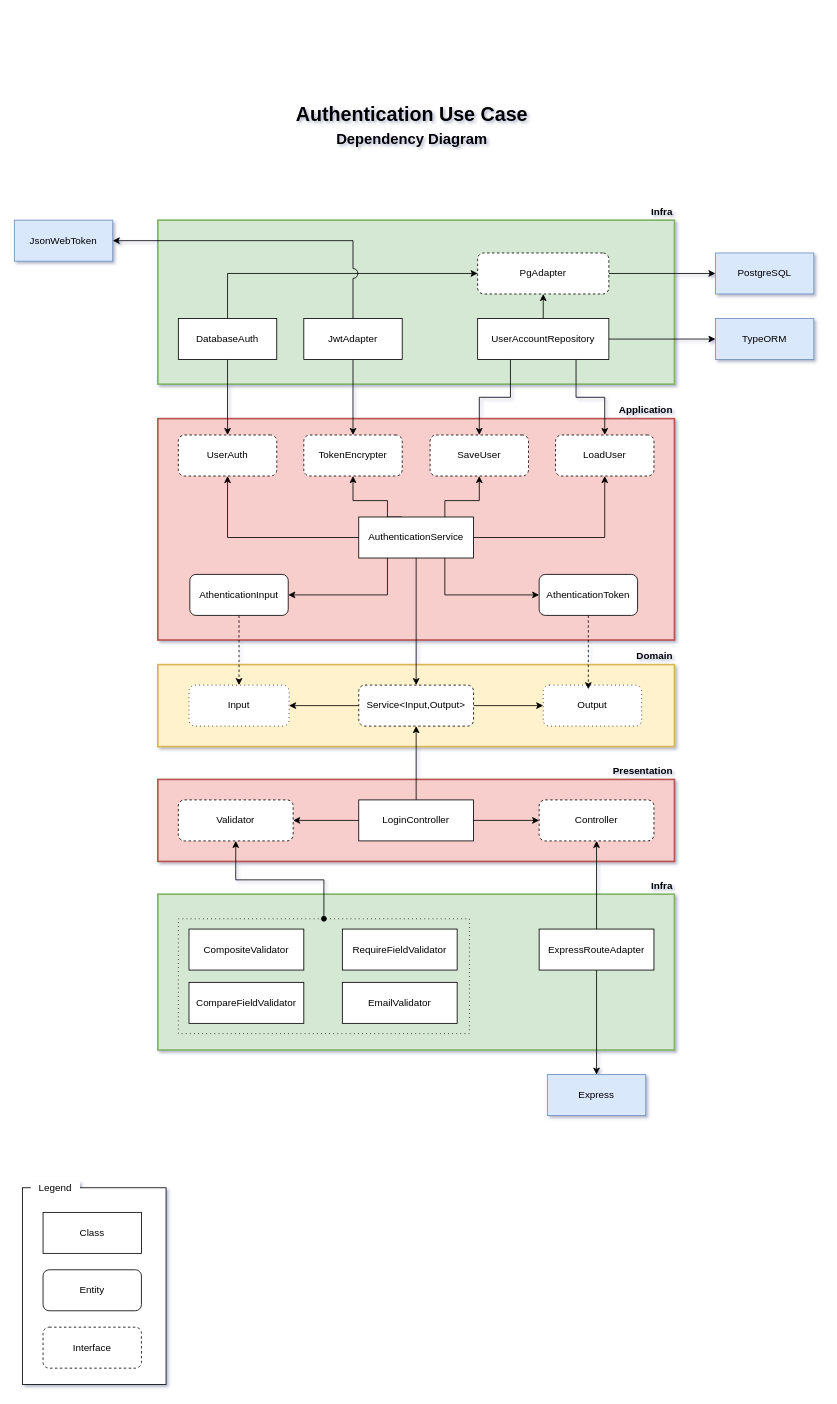
This is page "authentication-clean" (1 of 2) of docs/diagrams/authentication/authentication.drawio from uespi-phb/20251-tec1, a draw.io file, before an edit. Source tidied: cells renumbered, new cells numbered last; positions are measured from the earlier drawing's top-left corner, leaving out a move shared by most shapes. Both pictures are drawn from the tidied source at 82%, with x=0, y=0 at pixel (14, 98).
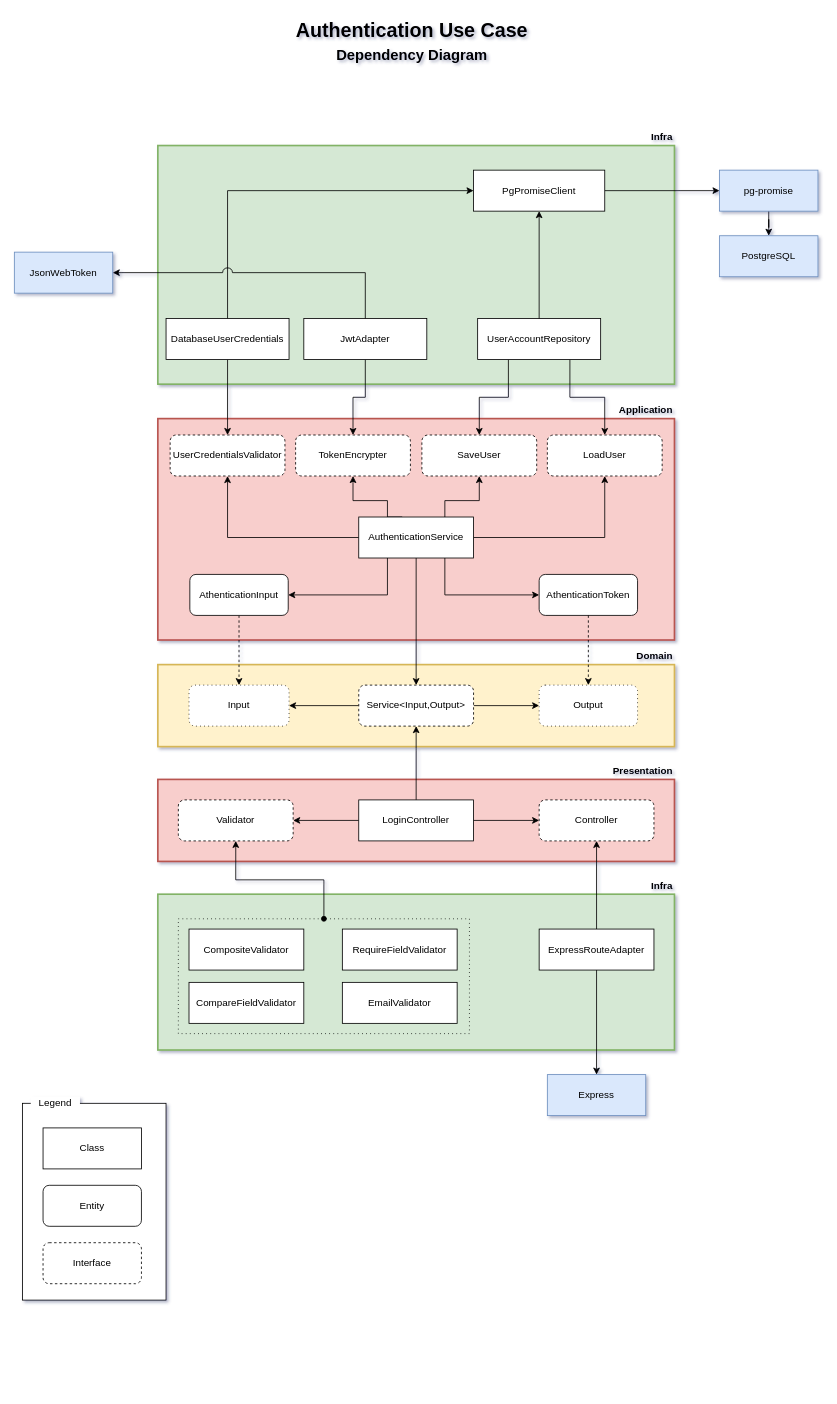
Above is the later version.

The change refers to these unchanged cells:
```xml
<mxCell id="71" value="AthenticationToken" style="rounded=1;whiteSpace=wrap;html=1;flipH=1;" parent="1" vertex="1">
  <mxGeometry x="640" y="580" width="120" height="50" as="geometry" />
</mxCell>
```

The edit, as a diff of the source:
```diff
@@
     <mxCell id="4" style="rounded=0;whiteSpace=wrap;html=1;strokeWidth=2;fillColor=#d5e8d4;strokeColor=#82b366;" parent="1" vertex="1">
-      <mxGeometry x="175" y="148" width="630" height="200" as="geometry" />
+      <mxGeometry x="175" y="57" width="630" height="291" as="geometry" />
     </mxCell>
@@
     <mxCell id="9" value="Output" style="rounded=1;whiteSpace=wrap;html=1;glass=0;shadow=0;dashed=1;dashPattern=1 4;" parent="1" vertex="1">
-      <mxGeometry x="645" y="715" width="120" height="50" as="geometry" />
+      <mxGeometry x="640" y="715" width="120" height="50" as="geometry" />
     </mxCell>
@@
-    <mxCell id="27" value="UserAuth" style="rounded=1;whiteSpace=wrap;html=1;dashed=1;flipH=1;" parent="1" vertex="1">
-      <mxGeometry x="200" y="410" width="120" height="50" as="geometry" />
+    <mxCell id="27" value="UserCredentialsValidator" style="rounded=1;whiteSpace=wrap;html=1;dashed=1;flipH=1;" parent="1" vertex="1">
+      <mxGeometry x="190" y="410" width="140" height="50" as="geometry" />
     </mxCell>
     <mxCell id="28" value="TokenEncrypter" style="rounded=1;whiteSpace=wrap;html=1;dashed=1;flipH=1;" parent="1" vertex="1">
-      <mxGeometry x="353" y="410" width="120" height="50" as="geometry" />
+      <mxGeometry x="343" y="410" width="140" height="50" as="geometry" />
     </mxCell>
     <mxCell id="29" value="SaveUser" style="rounded=1;whiteSpace=wrap;html=1;dashed=1;flipH=1;" parent="1" vertex="1">
-      <mxGeometry x="507" y="410" width="120" height="50" as="geometry" />
+      <mxGeometry x="497" y="410" width="140" height="50" as="geometry" />
     </mxCell>
     <mxCell id="30" value="LoadUser" style="rounded=1;whiteSpace=wrap;html=1;dashed=1;flipH=1;" parent="1" vertex="1">
-      <mxGeometry x="660" y="410" width="120" height="50" as="geometry" />
+      <mxGeometry x="650" y="410" width="140" height="50" as="geometry" />
     </mxCell>
@@
-    <mxCell id="34" style="edgeStyle=orthogonalEdgeStyle;rounded=0;jettySize=auto;html=1;exitX=0.5;exitY=0;exitDx=0;exitDy=0;exitPerimeter=0;entryX=0.5;entryY=1;entryDx=0;entryDy=0;" parent="1" edge="1" source="48" target="68">
-      <mxGeometry relative="1" as="geometry" />
-    </mxCell>
+    <mxCell id="73" style="edgeStyle=orthogonalEdgeStyle;rounded=0;jettySize=auto;html=1;entryX=0.5;entryY=0;entryDx=0;entryDy=0;" parent="1" edge="1" source="35" target="37">
+      <mxGeometry relative="1" as="geometry" />
+    </mxCell>
-    <mxCell id="35" value="TypeORM" style="rounded=0;whiteSpace=wrap;html=1;glass=0;shadow=0;fillColor=#dae8fc;strokeColor=#6c8ebf;" parent="1" vertex="1">
-      <mxGeometry x="855" y="268" width="120" height="50" as="geometry" />
+    <mxCell id="35" value="pg-promise" style="rounded=0;whiteSpace=wrap;html=1;glass=0;shadow=0;fillColor=#dae8fc;strokeColor=#6c8ebf;" parent="1" vertex="1">
+      <mxGeometry x="860" y="87" width="120" height="50" as="geometry" />
     </mxCell>
     <mxCell id="36" value="JsonWebToken" style="rounded=0;whiteSpace=wrap;html=1;glass=0;shadow=0;fillColor=#dae8fc;strokeColor=#6c8ebf;" parent="1" vertex="1">
-      <mxGeometry y="148" width="120" height="50" as="geometry" />
+      <mxGeometry y="187" width="120" height="50" as="geometry" />
     </mxCell>
     <mxCell id="37" value="PostgreSQL" style="rounded=0;whiteSpace=wrap;html=1;glass=0;shadow=0;fillColor=#dae8fc;strokeColor=#6c8ebf;" parent="1" vertex="1">
-      <mxGeometry x="855" y="188" width="120" height="50" as="geometry" />
+      <mxGeometry x="860" y="167" width="120" height="50" as="geometry" />
     </mxCell>
@@
     <mxCell id="42" value="Authentication Use Case" style="text;html=1;strokeColor=none;fillColor=none;align=center;verticalAlign=middle;whiteSpace=wrap;rounded=0;fontSize=24;fontStyle=1;" parent="1" vertex="1">
-      <mxGeometry x="260" width="450" height="40" as="geometry" />
+      <mxGeometry x="260" y="-103" width="450" height="40" as="geometry" />
     </mxCell>
     <mxCell id="43" value="Dependency Diagram" style="text;html=1;strokeColor=none;fillColor=none;align=center;verticalAlign=middle;whiteSpace=wrap;rounded=0;fontSize=18;fontStyle=1;" parent="1" vertex="1">
-      <mxGeometry x="265" y="30" width="440" height="40" as="geometry" />
+      <mxGeometry x="265" y="-73" width="440" height="40" as="geometry" />
     </mxCell>
+    <mxCell id="45" style="edgeStyle=orthogonalEdgeStyle;rounded=0;jettySize=auto;html=1;" parent="1" edge="1" source="46" target="27">
+      <mxGeometry relative="1" as="geometry" />
+    </mxCell>
-    <mxCell id="44" style="edgeStyle=orthogonalEdgeStyle;rounded=0;jettySize=auto;html=1;entryX=0;entryY=0.5;entryDx=0;entryDy=0;" parent="1" edge="1" source="46" target="68">
-      <mxGeometry relative="1" as="geometry">
-        <Array as="points">
-          <mxPoint x="260" y="213" />
-        </Array>
-      </mxGeometry>
+    <mxCell id="44" style="edgeStyle=orthogonalEdgeStyle;rounded=0;jettySize=auto;html=1;exitX=0.5;exitY=0;exitDx=0;exitDy=0;exitPerimeter=0;entryX=0;entryY=0.5;entryDx=0;entryDy=0;" parent="1" edge="1" source="46" target="68">
+      <mxGeometry relative="1" as="geometry" />
     </mxCell>
-    <mxCell id="45" style="edgeStyle=orthogonalEdgeStyle;rounded=0;jettySize=auto;html=1;" parent="1" edge="1" source="46" target="27">
-      <mxGeometry relative="1" as="geometry" />
-    </mxCell>
-    <mxCell id="46" value="DatabaseAuth" style="rounded=0;whiteSpace=wrap;html=1;glass=0;shadow=0;points=[[0,0,0,0,0],[0,0.25,0,0,0],[0,0.5,0,0,0],[0,0.75,0,0,0],[0,1,0,0,0],[0.13,0,0,0,0],[0.25,0,0,0,0],[0.25,1,0,0,0],[0.38,0,0,0,0],[0.5,0,0,0,0],[0.5,1,0,0,0],[0.62,0,0,0,0],[0.75,0,0,0,0],[0.75,1,0,0,0],[0.88,0,0,0,0],[1,0,0,0,0],[1,0.25,0,0,0],[1,0.5,0,0,0],[1,0.75,0,0,0],[1,1,0,0,0]];" parent="1" vertex="1">
-      <mxGeometry x="200" y="268" width="120" height="50" as="geometry" />
+    <mxCell id="46" value="DatabaseUserCredentials" style="rounded=0;whiteSpace=wrap;html=1;glass=0;shadow=0;points=[[0,0,0,0,0],[0,0.25,0,0,0],[0,0.5,0,0,0],[0,0.75,0,0,0],[0,1,0,0,0],[0.13,0,0,0,0],[0.25,0,0,0,0],[0.25,1,0,0,0],[0.38,0,0,0,0],[0.5,0,0,0,0],[0.5,1,0,0,0],[0.62,0,0,0,0],[0.75,0,0,0,0],[0.75,1,0,0,0],[0.88,0,0,0,0],[1,0,0,0,0],[1,0.25,0,0,0],[1,0.5,0,0,0],[1,0.75,0,0,0],[1,1,0,0,0]];" parent="1" vertex="1">
+      <mxGeometry x="185" y="268" width="150" height="50" as="geometry" />
     </mxCell>
     <mxCell id="47" value="JwtAdapter" style="rounded=0;whiteSpace=wrap;html=1;glass=0;shadow=0;points=[[0,0,0,0,0],[0,0.25,0,0,0],[0,0.5,0,0,0],[0,0.75,0,0,0],[0,1,0,0,0],[0.13,0,0,0,0],[0.25,0,0,0,0],[0.25,1,0,0,0],[0.38,0,0,0,0],[0.5,0,0,0,0],[0.5,1,0,0,0],[0.62,0,0,0,0],[0.75,0,0,0,0],[0.75,1,0,0,0],[0.88,0,0,0,0],[1,0,0,0,0],[1,0.25,0,0,0],[1,0.5,0,0,0],[1,0.75,0,0,0],[1,1,0,0,0]];" parent="1" vertex="1">
-      <mxGeometry x="353" y="268" width="120" height="50" as="geometry" />
+      <mxGeometry x="353" y="268" width="150" height="50" as="geometry" />
     </mxCell>
     <mxCell id="48" value="UserAccountRepository" style="rounded=0;whiteSpace=wrap;html=1;glass=0;shadow=0;points=[[0,0,0,0,0],[0,0.25,0,0,0],[0,0.5,0,0,0],[0,0.75,0,0,0],[0,1,0,0,0],[0.13,0,0,0,0],[0.25,0,0,0,0],[0.25,1,0,0,0],[0.38,0,0,0,0],[0.5,0,0,0,0],[0.5,1,0,0,0],[0.62,0,0,0,0],[0.75,0,0,0,0],[0.75,1,0,0,0],[0.88,0,0,0,0],[1,0,0,0,0],[1,0.25,0,0,0],[1,0.5,0,0,0],[1,0.75,0,0,0],[1,1,0,0,0]];" parent="1" vertex="1">
-      <mxGeometry x="565" y="268" width="160" height="50" as="geometry" />
+      <mxGeometry x="565" y="268" width="150" height="50" as="geometry" />
     </mxCell>
     <mxCell id="49" value="Infra" style="text;html=1;strokeColor=none;fillColor=none;align=right;verticalAlign=middle;whiteSpace=wrap;rounded=0;fontSize=12;fontStyle=1;" parent="1" vertex="1">
-      <mxGeometry x="685" y="128" width="120" height="20" as="geometry" />
+      <mxGeometry x="685" y="37" width="120" height="20" as="geometry" />
     </mxCell>
-    <mxCell id="50" style="edgeStyle=orthogonalEdgeStyle;rounded=0;jettySize=auto;html=1;entryX=0;entryY=0.5;entryDx=0;entryDy=0;exitX=1;exitY=0.5;exitDx=0;exitDy=0;exitPerimeter=0;" parent="1" edge="1" source="48" target="35">
-      <mxGeometry relative="1" as="geometry" />
-    </mxCell>
-    <mxCell id="51" style="edgeStyle=orthogonalEdgeStyle;rounded=0;jettySize=auto;html=1;entryX=1;entryY=0.5;entryDx=0;entryDy=0;strokeColor=#000000;jumpStyle=arc;jumpSize=12;" parent="1" edge="1" source="47" target="36">
+    <mxCell id="51" style="edgeStyle=orthogonalEdgeStyle;rounded=0;jettySize=auto;html=1;entryX=1;entryY=0.5;entryDx=0;entryDy=0;strokeColor=#000000;jumpStyle=arc;jumpSize=12;exitX=0.5;exitY=0;exitDx=0;exitDy=0;exitPerimeter=0;" parent="1" edge="1" source="47" target="36">
       <mxGeometry relative="1" as="geometry">
         <Array as="points">
-          <mxPoint x="413" y="173" />
+          <mxPoint x="428" y="212" />
         </Array>
       </mxGeometry>
     </mxCell>
@@
     <mxCell id="61" style="group;" parent="1" vertex="1">
-      <mxGeometry x="10" y="1320" width="175" height="248" as="geometry" />
+      <mxGeometry x="10" y="1217" width="175" height="248" as="geometry" />
     </mxCell>
@@
-    <mxCell id="67" style="edgeStyle=orthogonalEdgeStyle;rounded=0;jettySize=auto;html=1;" parent="1" edge="1" source="68" target="37">
-      <mxGeometry relative="1" as="geometry" />
-    </mxCell>
+    <mxCell id="74" style="edgeStyle=orthogonalEdgeStyle;rounded=0;jettySize=auto;html=1;entryX=0;entryY=0.5;entryDx=0;entryDy=0;" parent="1" edge="1" source="68" target="35">
+      <mxGeometry relative="1" as="geometry" />
+    </mxCell>
-    <mxCell id="68" value="PgAdapter" style="rounded=1;whiteSpace=wrap;html=1;dashed=1;flipH=1;" parent="1" vertex="1">
-      <mxGeometry x="565" y="188" width="160" height="50" as="geometry" />
+    <mxCell id="68" value="PgPromiseClient" style="rounded=0;whiteSpace=wrap;html=1;flipH=1;" parent="1" vertex="1">
+      <mxGeometry x="560" y="87" width="160" height="50" as="geometry" />
     </mxCell>
@@
-    <mxCell id="72" style="edgeStyle=orthogonalEdgeStyle;rounded=0;jettySize=auto;html=1;entryX=0.458;entryY=0.1;entryDx=0;entryDy=0;entryPerimeter=0;dashed=1;" parent="1" edge="1" source="71" target="9">
+    <mxCell id="72" style="edgeStyle=orthogonalEdgeStyle;rounded=0;jettySize=auto;html=1;dashed=1;entryX=0.5;entryY=0;entryDx=0;entryDy=0;" parent="1" edge="1" source="71" target="9">
       <mxGeometry relative="1" as="geometry" />
     </mxCell>
+    <mxCell id="34" style="edgeStyle=orthogonalEdgeStyle;rounded=0;jettySize=auto;html=1;" parent="1" edge="1" source="48" target="68">
+      <mxGeometry relative="1" as="geometry" />
+    </mxCell>
```
